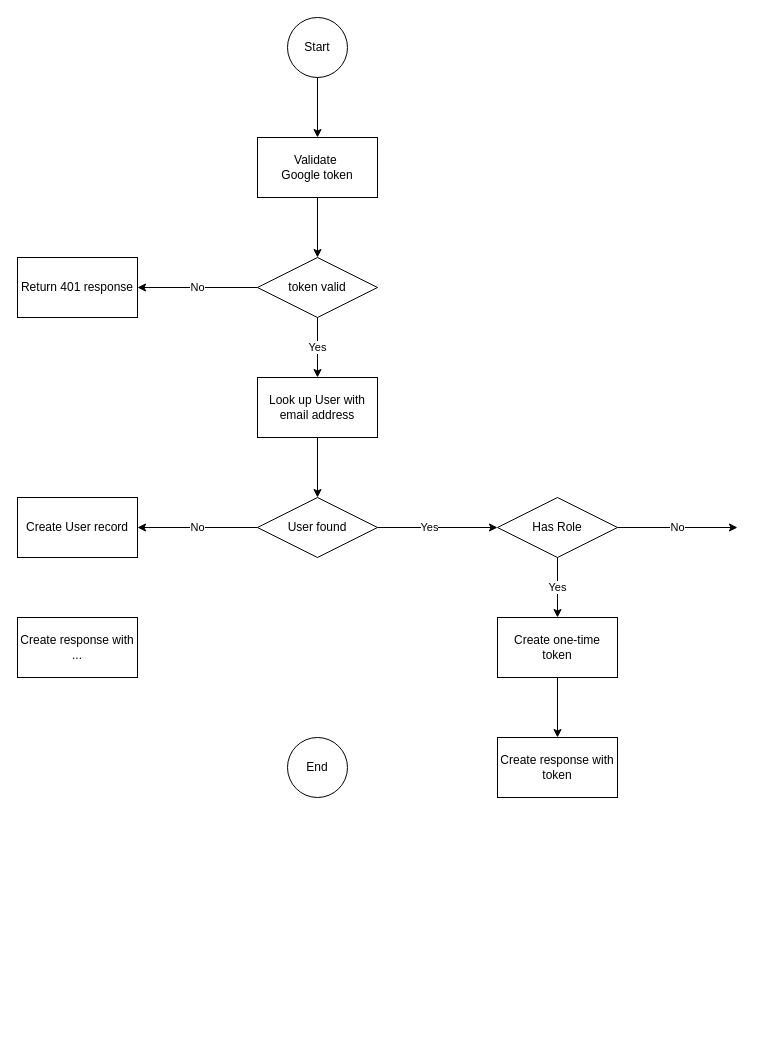
The draw.io diagram page "api/login" (1 of 2) of logging/Secure implementations.drawio in danieldotskc/helloworld, before the edit. Source tidied: cells renumbered, new cells numbered last; positions are measured from the earlier drawing's top-left corner, leaving out a move shared by most shapes. Both pictures are drawn from the tidied source at 100%, with x=0, y=0 at pixel (17, 17).
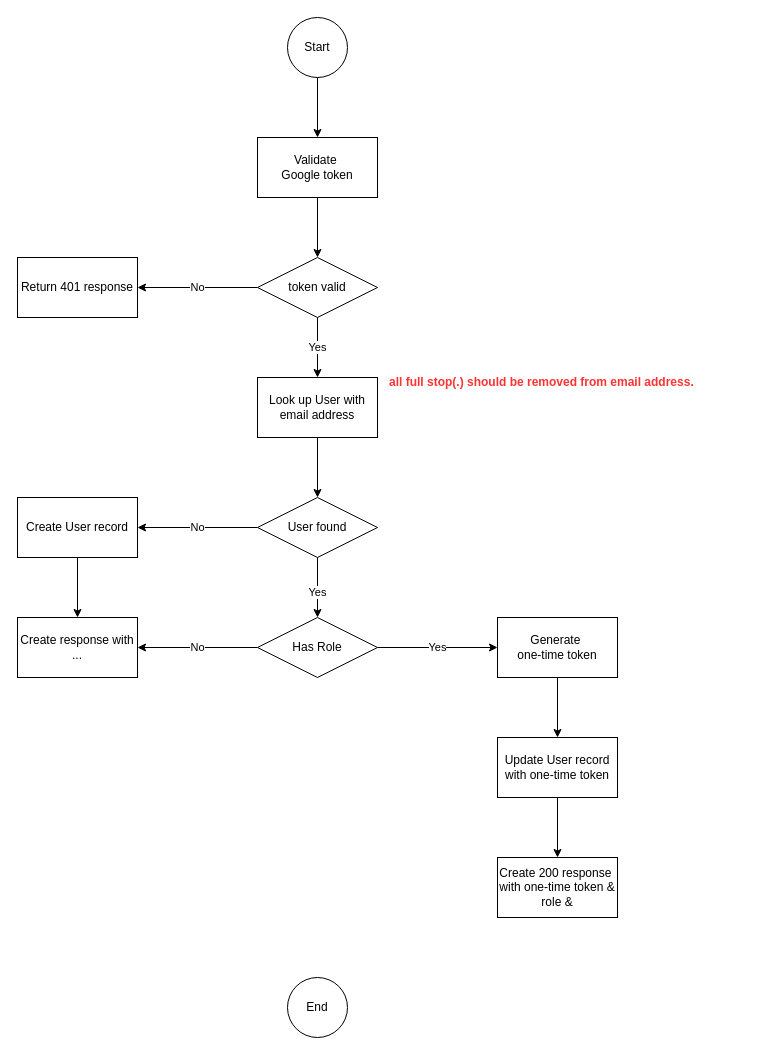
The same page after the edit.

The change refers to these unchanged cells:
```xml
<mxCell id="2" value="User found" style="shape=rhombus;perimeter=rhombusPerimeter;whiteSpace=wrap;html=1;align=center;" parent="1" vertex="1">
  <mxGeometry x="240" y="480" width="120" height="60" as="geometry" />
</mxCell>
<mxCell id="5" value="Create User record" style="rounded=0;whiteSpace=wrap;html=1;" parent="1" vertex="1">
  <mxGeometry y="480" width="120" height="60" as="geometry" />
</mxCell>
<mxCell id="11" value="Create response with&lt;div&gt;...&lt;/div&gt;" style="rounded=0;whiteSpace=wrap;html=1;" parent="1" vertex="1">
  <mxGeometry y="600" width="120" height="60" as="geometry" />
</mxCell>
```

The edit, as a diff of the source:
```diff
@@
-    <mxCell id="7" value="Yes" style="endArrow=classic;html=1;rounded=0;exitX=1;exitY=0.5;exitDx=0;exitDy=0;entryX=0;entryY=0.5;entryDx=0;entryDy=0;" parent="1" edge="1" source="2" target="8">
-      <mxGeometry x="-0.14" relative="1" as="geometry">
-        <Array as="points">
-          <mxPoint x="410" y="510" />
-        </Array>
-      </mxGeometry>
+    <mxCell id="7" value="Yes" style="endArrow=classic;html=1;rounded=0;exitX=0.5;exitY=1;exitDx=0;exitDy=0;entryX=0.5;entryY=0;entryDx=0;entryDy=0;" parent="1" edge="1" source="2" target="8">
+      <mxGeometry x="0.17" relative="1" as="geometry" />
     </mxCell>
     <mxCell id="8" value="Has Role" style="shape=rhombus;perimeter=rhombusPerimeter;whiteSpace=wrap;html=1;align=center;" parent="1" vertex="1">
-      <mxGeometry x="480" y="480" width="120" height="60" as="geometry" />
+      <mxGeometry x="240" y="600" width="120" height="60" as="geometry" />
     </mxCell>
-    <mxCell id="9" value="Yes" style="endArrow=classic;html=1;rounded=0;exitX=0.5;exitY=1;exitDx=0;exitDy=0;entryX=0.5;entryY=0;entryDx=0;entryDy=0;" parent="1" edge="1" source="8" target="12">
+    <mxCell id="9" value="No" style="endArrow=classic;html=1;rounded=0;exitX=0;exitY=0.5;exitDx=0;exitDy=0;entryX=1;entryY=0.5;entryDx=0;entryDy=0;" parent="1" edge="1" source="8" target="11">
       <mxGeometry relative="1" as="geometry" />
     </mxCell>
-    <mxCell id="10" value="No" style="endArrow=classic;html=1;rounded=0;exitX=1;exitY=0.5;exitDx=0;exitDy=0;" parent="1" edge="1" source="8">
-      <mxGeometry relative="1" as="geometry">
-        <mxPoint x="720" y="510" as="targetPoint" />
-      </mxGeometry>
+    <mxCell id="10" value="Yes" style="endArrow=classic;html=1;rounded=0;exitX=1;exitY=0.5;exitDx=0;exitDy=0;entryX=0;entryY=0.5;entryDx=0;entryDy=0;" parent="1" edge="1" source="8" target="12">
+      <mxGeometry relative="1" as="geometry" />
     </mxCell>
@@
-    <mxCell id="12" value="Create one-time token" style="rounded=0;whiteSpace=wrap;html=1;" parent="1" vertex="1">
+    <mxCell id="12" value="Generate&amp;nbsp;&lt;div&gt;one-time token&lt;/div&gt;" style="rounded=0;whiteSpace=wrap;html=1;" parent="1" vertex="1">
       <mxGeometry x="480" y="600" width="120" height="60" as="geometry" />
     </mxCell>
+    <mxCell id="24" style="edgeStyle=orthogonalEdgeStyle;rounded=0;jettySize=auto;html=1;" parent="1" edge="1" source="13" target="26">
+      <mxGeometry relative="1" as="geometry" />
+    </mxCell>
-    <mxCell id="13" value="Create response with&lt;div&gt;token&lt;/div&gt;" style="rounded=0;whiteSpace=wrap;html=1;" parent="1" vertex="1">
+    <mxCell id="13" value="Update User record with one-time token" style="rounded=0;whiteSpace=wrap;html=1;" parent="1" vertex="1">
       <mxGeometry x="480" y="720" width="120" height="60" as="geometry" />
     </mxCell>
@@
     <mxCell id="15" value="End" style="ellipse;whiteSpace=wrap;html=1;shapeInside=1;" parent="1" vertex="1">
-      <mxGeometry x="270" y="720" width="60" height="60" as="geometry" />
+      <mxGeometry x="270" y="960" width="60" height="60" as="geometry" />
     </mxCell>
@@
+    <mxCell id="25" style="endArrow=classic;html=1;rounded=0;exitX=0.5;exitY=1;exitDx=0;exitDy=0;entryX=0.5;entryY=0;entryDx=0;entryDy=0;" parent="1" edge="1" source="5" target="11">
+      <mxGeometry relative="1" as="geometry" />
+    </mxCell>
+    <mxCell id="26" value="Create 200 response&amp;nbsp;&lt;div&gt;with one-time &lt;span style=&quot;background-color: transparent; color: light-dark(rgb(0, 0, 0), rgb(255, 255, 255));&quot;&gt;token &amp;amp; role &amp;amp;&lt;/span&gt;&lt;/div&gt;" style="whiteSpace=wrap;html=1;rounded=0;" parent="1" vertex="1">
+      <mxGeometry x="480" y="840" width="120" height="60" as="geometry" />
+    </mxCell>
+    <mxCell id="27" value="&lt;b style=&quot;color: rgb(255, 51, 51);&quot;&gt;all full stop(.) should be removed from email address.&lt;/b&gt;" style="text;html=1;whiteSpace=wrap;strokeColor=none;fillColor=none;align=left;verticalAlign=middle;rounded=0;" parent="1" vertex="1">
+      <mxGeometry x="370" y="350" width="320" height="30" as="geometry" />
+    </mxCell>
```
